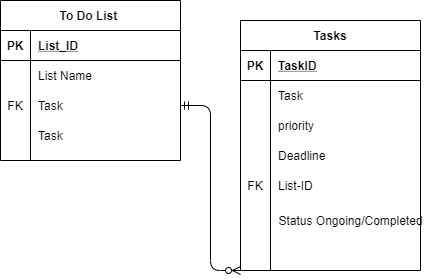
Before: Project Docs/Before ERD.png, a diagram exported from draw.io (awatahirqa/TDL-Project). Source tidied: cells renumbered, new cells last; positions are measured from the earlier drawing's top-left corner, leaving out a move shared by most shapes. The source it was exported from:
```xml
<mxGraphModel>
  <root>
    <mxCell id="0" />
    <mxCell id="1" parent="0" />
    <mxCell id="2" value="To Do List " style="shape=table;startSize=30;rowLines=0;fontStyle=1;align=center;" parent="1" vertex="1">
      <mxGeometry width="180" height="160" as="geometry" />
    </mxCell>
    <mxCell id="3" style="shape=partialRectangle;fillColor=none;top=0;left=0;bottom=1;right=0;" parent="2" vertex="1">
      <mxGeometry y="30" width="180" height="30" as="geometry" />
    </mxCell>
    <mxCell id="4" value="PK" style="shape=partialRectangle;fillColor=none;top=0;left=0;bottom=0;right=0;fontStyle=1;overflow=hidden;" parent="3" vertex="1">
      <mxGeometry width="30" height="30" as="geometry" />
    </mxCell>
    <mxCell id="5" value="List_ID" style="shape=partialRectangle;fillColor=none;top=0;left=0;bottom=0;right=0;align=left;spacingLeft=6;fontStyle=5;overflow=hidden;" parent="3" vertex="1">
      <mxGeometry x="30" width="150" height="30" as="geometry" />
    </mxCell>
    <mxCell id="6" style="shape=partialRectangle;fillColor=none;top=0;left=0;bottom=0;right=0;" parent="2" vertex="1">
      <mxGeometry y="60" width="180" height="30" as="geometry" />
    </mxCell>
    <mxCell id="7" style="shape=partialRectangle;fillColor=none;top=0;left=0;bottom=0;right=0;overflow=hidden;" parent="6" vertex="1">
      <mxGeometry width="30" height="30" as="geometry" />
    </mxCell>
    <mxCell id="8" value="List Name" style="shape=partialRectangle;fillColor=none;top=0;left=0;bottom=0;right=0;align=left;spacingLeft=6;overflow=hidden;" parent="6" vertex="1">
      <mxGeometry x="30" width="150" height="30" as="geometry" />
    </mxCell>
    <mxCell id="9" style="shape=partialRectangle;fillColor=none;top=0;left=0;bottom=0;right=0;points=[[0,0.5],[1,0.5]];portConstraint=eastwest;" parent="2" vertex="1">
      <mxGeometry y="90" width="180" height="30" as="geometry" />
    </mxCell>
    <mxCell id="10" value="FK" style="shape=partialRectangle;fillColor=none;top=0;left=0;bottom=0;right=0;overflow=hidden;" parent="9" vertex="1">
      <mxGeometry width="30" height="30" as="geometry" />
    </mxCell>
    <mxCell id="11" value="Task" style="shape=partialRectangle;fillColor=none;top=0;left=0;bottom=0;right=0;align=left;spacingLeft=6;overflow=hidden;" parent="9" vertex="1">
      <mxGeometry x="30" width="150" height="30" as="geometry" />
    </mxCell>
    <mxCell id="12" style="shape=partialRectangle;fillColor=none;top=0;left=0;bottom=0;right=0;" parent="2" vertex="1">
      <mxGeometry y="120" width="180" height="30" as="geometry" />
    </mxCell>
    <mxCell id="13" style="shape=partialRectangle;fillColor=none;top=0;left=0;bottom=0;right=0;overflow=hidden;" parent="12" vertex="1">
      <mxGeometry width="30" height="30" as="geometry" />
    </mxCell>
    <mxCell id="14" value="Task" style="shape=partialRectangle;fillColor=none;top=0;left=0;bottom=0;right=0;align=left;spacingLeft=6;overflow=hidden;" parent="12" vertex="1">
      <mxGeometry x="30" width="150" height="30" as="geometry" />
    </mxCell>
    <mxCell id="15" value="Tasks" style="shape=table;startSize=30;rowLines=0;fontStyle=1;align=center;" parent="1" vertex="1">
      <mxGeometry x="240" y="20" width="180" height="250" as="geometry" />
    </mxCell>
    <mxCell id="16" style="shape=partialRectangle;fillColor=none;top=0;left=0;bottom=1;right=0;" parent="15" vertex="1">
      <mxGeometry y="30" width="180" height="30" as="geometry" />
    </mxCell>
    <mxCell id="17" value="PK" style="shape=partialRectangle;fillColor=none;top=0;left=0;bottom=0;right=0;fontStyle=1;overflow=hidden;" parent="16" vertex="1">
      <mxGeometry width="30" height="30" as="geometry" />
    </mxCell>
    <mxCell id="18" value="TaskID" style="shape=partialRectangle;fillColor=none;top=0;left=0;bottom=0;right=0;align=left;spacingLeft=6;fontStyle=5;overflow=hidden;" parent="16" vertex="1">
      <mxGeometry x="30" width="150" height="30" as="geometry" />
    </mxCell>
    <mxCell id="19" style="shape=partialRectangle;fillColor=none;top=0;left=0;bottom=0;right=0;" parent="15" vertex="1">
      <mxGeometry y="60" width="180" height="30" as="geometry" />
    </mxCell>
    <mxCell id="20" style="shape=partialRectangle;fillColor=none;top=0;left=0;bottom=0;right=0;overflow=hidden;" parent="19" vertex="1">
      <mxGeometry width="30" height="30" as="geometry" />
    </mxCell>
    <mxCell id="21" value="Task" style="shape=partialRectangle;fillColor=none;top=0;left=0;bottom=0;right=0;align=left;spacingLeft=6;overflow=hidden;" parent="19" vertex="1">
      <mxGeometry x="30" width="150" height="30" as="geometry" />
    </mxCell>
    <mxCell id="22" style="shape=partialRectangle;fillColor=none;top=0;left=0;bottom=0;right=0;" parent="15" vertex="1">
      <mxGeometry y="90" width="180" height="30" as="geometry" />
    </mxCell>
    <mxCell id="23" style="shape=partialRectangle;fillColor=none;top=0;left=0;bottom=0;right=0;overflow=hidden;" parent="22" vertex="1">
      <mxGeometry width="30" height="30" as="geometry" />
    </mxCell>
    <mxCell id="24" value="priority" style="shape=partialRectangle;fillColor=none;top=0;left=0;bottom=0;right=0;align=left;spacingLeft=6;overflow=hidden;" parent="22" vertex="1">
      <mxGeometry x="30" width="150" height="30" as="geometry" />
    </mxCell>
    <mxCell id="25" style="shape=partialRectangle;fillColor=none;top=0;left=0;bottom=0;right=0;" parent="15" vertex="1">
      <mxGeometry y="120" width="180" height="30" as="geometry" />
    </mxCell>
    <mxCell id="26" style="shape=partialRectangle;fillColor=none;top=0;left=0;bottom=0;right=0;overflow=hidden;" parent="25" vertex="1">
      <mxGeometry width="30" height="30" as="geometry" />
    </mxCell>
    <mxCell id="27" value="Deadline" style="shape=partialRectangle;fillColor=none;top=0;left=0;bottom=0;right=0;align=left;spacingLeft=6;overflow=hidden;" parent="25" vertex="1">
      <mxGeometry x="30" width="150" height="30" as="geometry" />
    </mxCell>
    <mxCell id="28" style="shape=partialRectangle;fillColor=none;top=0;left=0;bottom=0;right=0;" parent="15" vertex="1">
      <mxGeometry y="150" width="180" height="30" as="geometry" />
    </mxCell>
    <mxCell id="29" value="FK" style="shape=partialRectangle;fillColor=none;top=0;left=0;bottom=0;right=0;overflow=hidden;" parent="28" vertex="1">
      <mxGeometry width="30" height="30" as="geometry" />
    </mxCell>
    <mxCell id="30" value="List-ID" style="shape=partialRectangle;fillColor=none;top=0;left=0;bottom=0;right=0;align=left;spacingLeft=6;overflow=hidden;" parent="28" vertex="1">
      <mxGeometry x="30" width="150" height="30" as="geometry" />
    </mxCell>
    <mxCell id="31" style="edgeStyle=entityRelationEdgeStyle;fontSize=12;html=1;endArrow=ERzeroToMany;startArrow=ERmandOne;entryX=0;entryY=1;entryDx=0;entryDy=0;exitX=1;exitY=0.5;exitDx=0;exitDy=0;" parent="1" edge="1" source="9" target="15">
      <mxGeometry relative="1" as="geometry" />
    </mxCell>
    <mxCell id="32" value="&lt;font style=&quot;font-size: 12px&quot;&gt;Status Ongoing/Completed&lt;/font&gt;" style="text;html=1;align=center;verticalAlign=middle;" parent="1" vertex="1">
      <mxGeometry x="270" y="210" width="160" height="20" as="geometry" />
    </mxCell>
  </root>
</mxGraphModel>
```
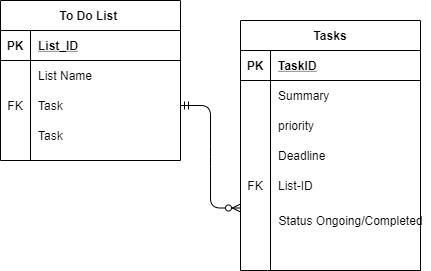
After the change.

The edit, as a diff of the source:
```diff
@@ -59,7 +59,7 @@
     <mxCell id="20" style="shape=partialRectangle;fillColor=none;top=0;left=0;bottom=0;right=0;overflow=hidden;" parent="19" vertex="1">
       <mxGeometry width="30" height="30" as="geometry" />
     </mxCell>
-    <mxCell id="21" value="Task" style="shape=partialRectangle;fillColor=none;top=0;left=0;bottom=0;right=0;align=left;spacingLeft=6;overflow=hidden;" parent="19" vertex="1">
+    <mxCell id="21" value="Summary" style="shape=partialRectangle;fillColor=none;top=0;left=0;bottom=0;right=0;align=left;spacingLeft=6;overflow=hidden;" parent="19" vertex="1">
       <mxGeometry x="30" width="150" height="30" as="geometry" />
     </mxCell>
     <mxCell id="22" style="shape=partialRectangle;fillColor=none;top=0;left=0;bottom=0;right=0;" parent="15" vertex="1">
@@ -89,7 +89,7 @@
     <mxCell id="30" value="List-ID" style="shape=partialRectangle;fillColor=none;top=0;left=0;bottom=0;right=0;align=left;spacingLeft=6;overflow=hidden;" parent="28" vertex="1">
       <mxGeometry x="30" width="150" height="30" as="geometry" />
     </mxCell>
-    <mxCell id="31" style="edgeStyle=entityRelationEdgeStyle;fontSize=12;html=1;endArrow=ERzeroToMany;startArrow=ERmandOne;entryX=0;entryY=1;entryDx=0;entryDy=0;exitX=1;exitY=0.5;exitDx=0;exitDy=0;" parent="1" edge="1" source="9" target="15">
+    <mxCell id="31" style="edgeStyle=entityRelationEdgeStyle;fontSize=12;html=1;endArrow=ERzeroToMany;startArrow=ERmandOne;entryX=0;entryY=0.75;entryDx=0;entryDy=0;exitX=1;exitY=0.5;exitDx=0;exitDy=0;" parent="1" edge="1" source="9" target="15">
       <mxGeometry relative="1" as="geometry" />
     </mxCell>
     <mxCell id="32" value="&lt;font style=&quot;font-size: 12px&quot;&gt;Status Ongoing/Completed&lt;/font&gt;" style="text;html=1;align=center;verticalAlign=middle;" parent="1" vertex="1">
```
